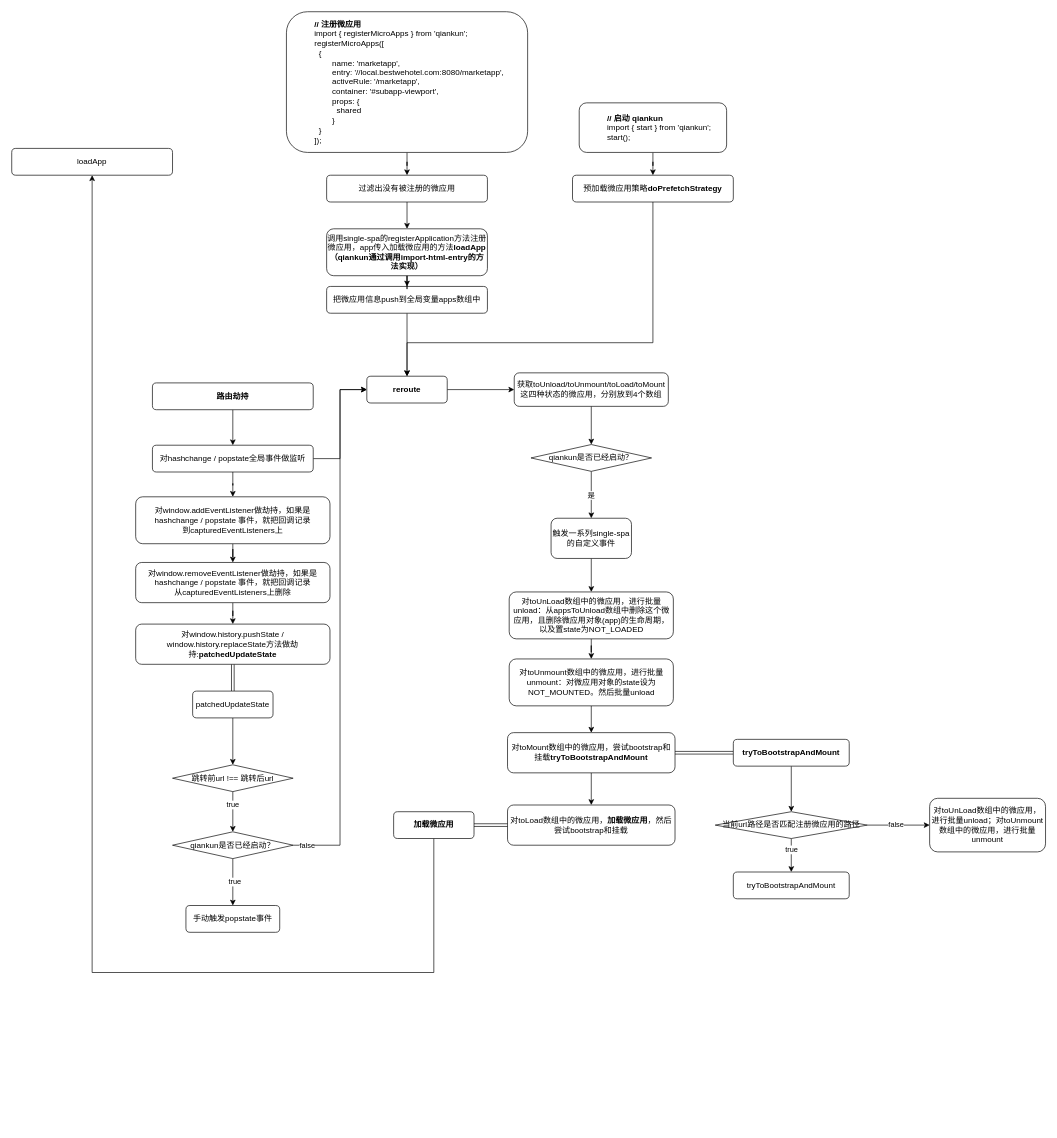
This is page "劫持/注册/启动" (2 of 2) of frontend/qiankun工作流程.drawio from Rockergmail/draw.io, a draw.io file, before an edit. Source tidied: cells renumbered, new cells numbered last; positions are measured from the earlier drawing's top-left corner, leaving out a move shared by most shapes. Both pictures are drawn from the tidied source at 67%, with x=0, y=0 at pixel (11, 11).
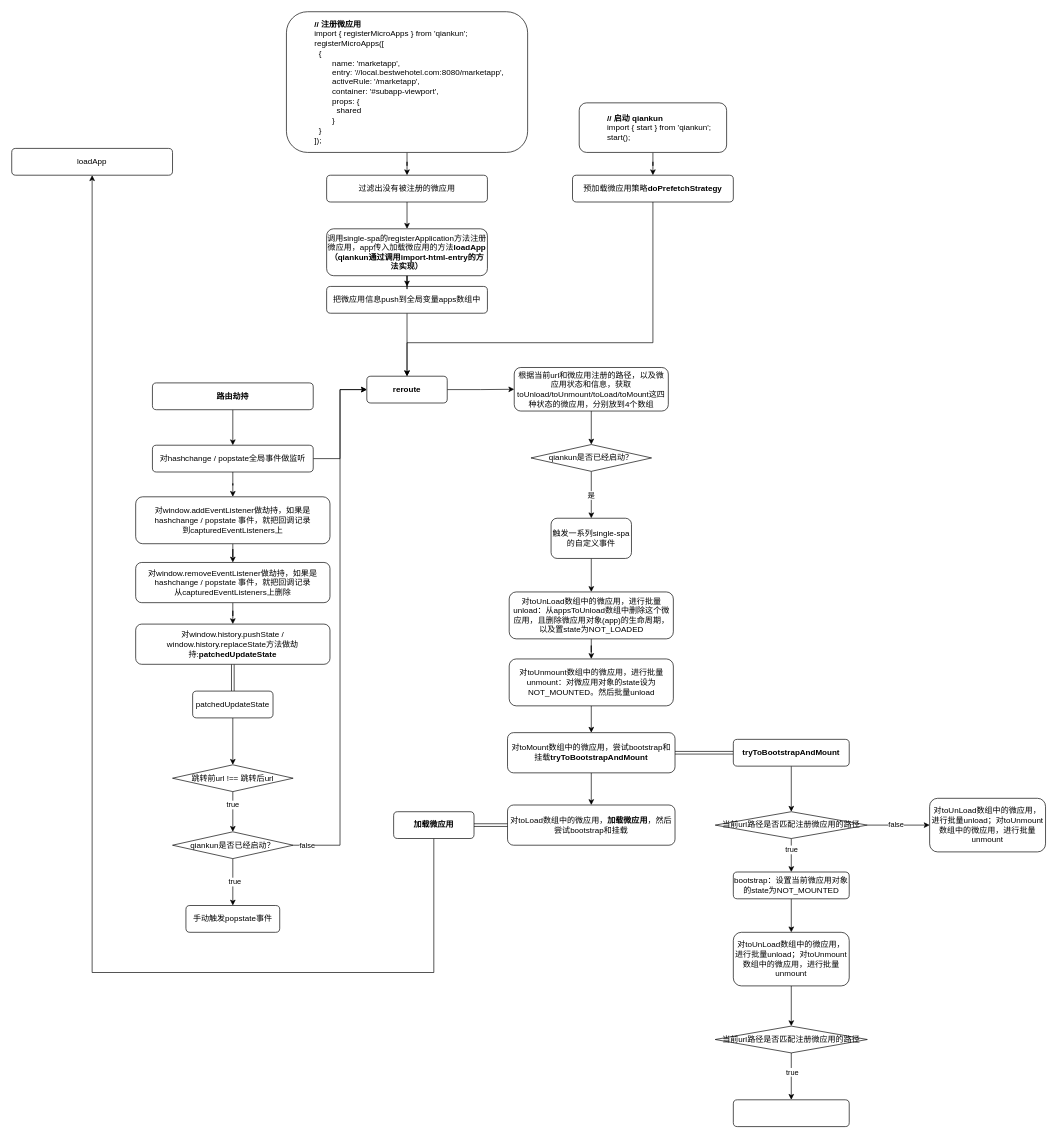
The same diagram, later.

Commit message:
更新qiankun工作流程.drawio

What changed in the source:
```diff
@@
-    <mxCell id="39" value="获取toUnload/toUnmount/toLoad/toMount这四种状态的微应用，分别放到4个数组" style="rounded=1;whiteSpace=wrap;html=1;fontSize=12;glass=0;strokeWidth=1;shadow=0;" parent="1" vertex="1">
-      <mxGeometry x="750" y="539" width="230" height="50" as="geometry" />
+    <mxCell id="39" value="根据当前url和微应用注册的路径，以及微应用状态和信息，获取toUnload/toUnmount/toLoad/toMount这四种状态的微应用，分别放到4个数组" style="rounded=1;whiteSpace=wrap;html=1;fontSize=12;glass=0;strokeWidth=1;shadow=0;" parent="1" vertex="1">
+      <mxGeometry x="750" y="531" width="230" height="65" as="geometry" />
     </mxCell>
@@
+    <mxCell id="66" style="edgeStyle=orthogonalEdgeStyle;rounded=0;jettySize=auto;html=1;" parent="1" edge="1" source="65" target="68">
+      <mxGeometry relative="1" as="geometry" />
+    </mxCell>
-    <mxCell id="65" value="tryToBootstrapAndMount" style="rounded=1;whiteSpace=wrap;html=1;fontSize=12;glass=0;strokeWidth=1;shadow=0;" parent="1" vertex="1">
+    <mxCell id="65" value="bootstrap：设置当前微应用对象的state为NOT_MOUNTED" style="rounded=1;whiteSpace=wrap;html=1;fontSize=12;glass=0;strokeWidth=1;shadow=0;" parent="1" vertex="1">
       <mxGeometry x="1077" y="1284" width="173" height="40" as="geometry" />
     </mxCell>
+    <mxCell id="67" style="edgeStyle=orthogonalEdgeStyle;rounded=0;jettySize=auto;html=1;" parent="1" edge="1" source="68" target="71">
+      <mxGeometry relative="1" as="geometry" />
+    </mxCell>
+    <mxCell id="68" value="对toUnLoad数组中的微应用，进行批量unload；对toUnmount数组中的微应用，进行批量unmount" style="rounded=1;whiteSpace=wrap;html=1;fontSize=12;glass=0;strokeWidth=1;shadow=0;" parent="1" vertex="1">
+      <mxGeometry x="1077" y="1374" width="173" height="80" as="geometry" />
+    </mxCell>
+    <mxCell id="69" style="edgeStyle=orthogonalEdgeStyle;rounded=0;jettySize=auto;html=1;" parent="1" edge="1" source="71" target="72">
+      <mxGeometry relative="1" as="geometry" />
+    </mxCell>
+    <mxCell id="70" value="true" style="edgeLabel;html=1;align=center;verticalAlign=middle;" parent="69" vertex="1">
+      <mxGeometry x="-0.19" y="1" relative="1" as="geometry" />
+    </mxCell>
+    <mxCell id="71" value="当前url路径是否匹配注册微应用的路径" style="rhombus;whiteSpace=wrap;html=1;" parent="1" vertex="1">
+      <mxGeometry x="1050" y="1514" width="227" height="40" as="geometry" />
+    </mxCell>
+    <mxCell id="72" style="rounded=1;whiteSpace=wrap;html=1;fontSize=12;glass=0;strokeWidth=1;shadow=0;" parent="1" vertex="1">
+      <mxGeometry x="1077" y="1624" width="173" height="40" as="geometry" />
+    </mxCell>
```
